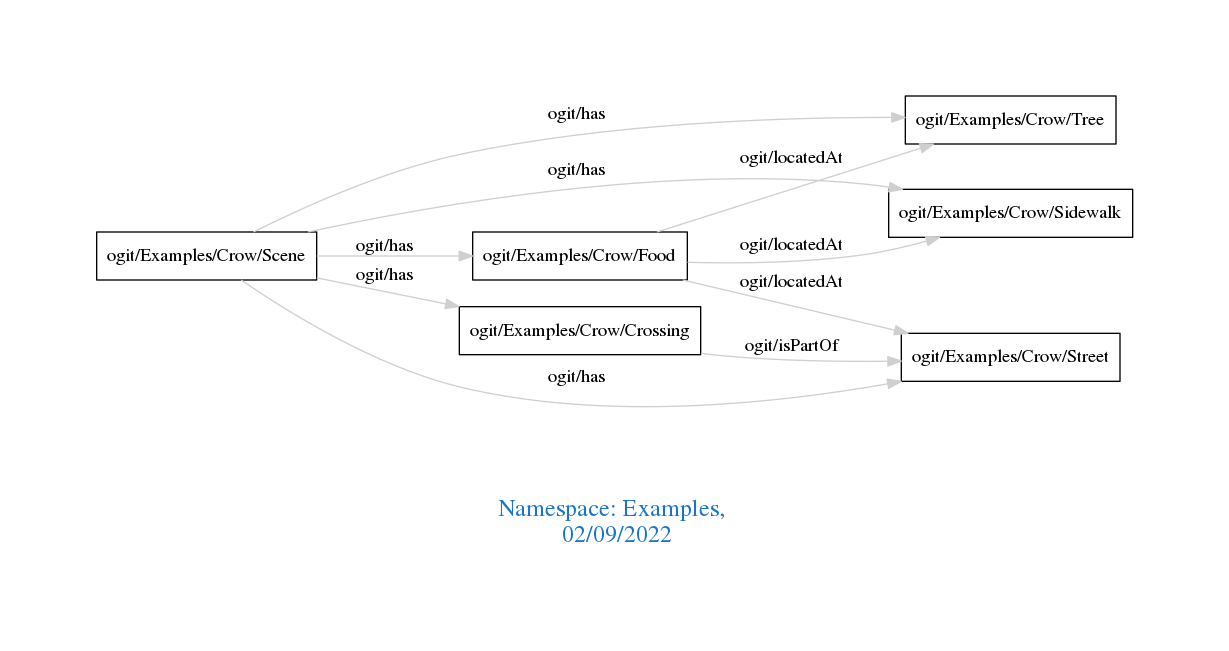
Before: downloads/Examples.png, a diagram exported from Graphviz (arago/OGIT). Its source is kept beside it as downloads/Examples.dot.
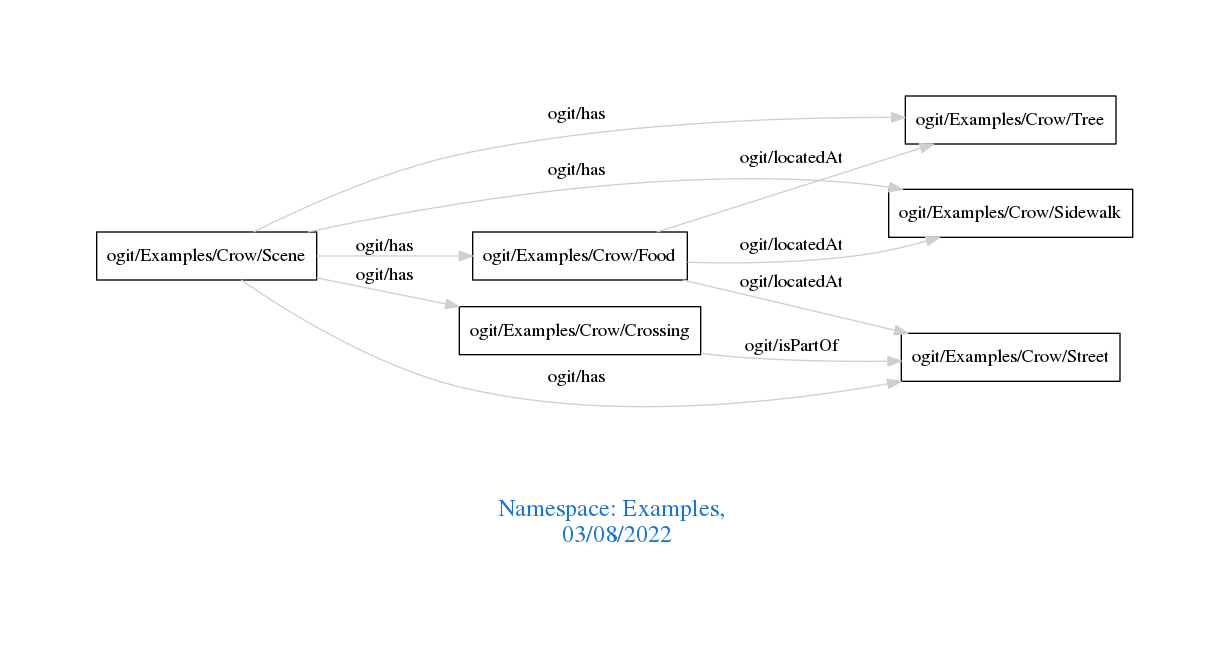
After the commit.

What changed in the source:
```diff
@@ -1,7 +1,7 @@
 digraph OGIT_ontology {
  graph [ rankdir= LR,pad=1
 fontsize = 18,
-fontcolor= dodgerblue3,label = "\n\n\nNamespace: Examples, \n 02/09/2022"];
+fontcolor= dodgerblue3,label = "\n\n\nNamespace: Examples, \n 03/08/2022"];
 node[shape=polygon];
 edge [  color="gray81"];
 
```
